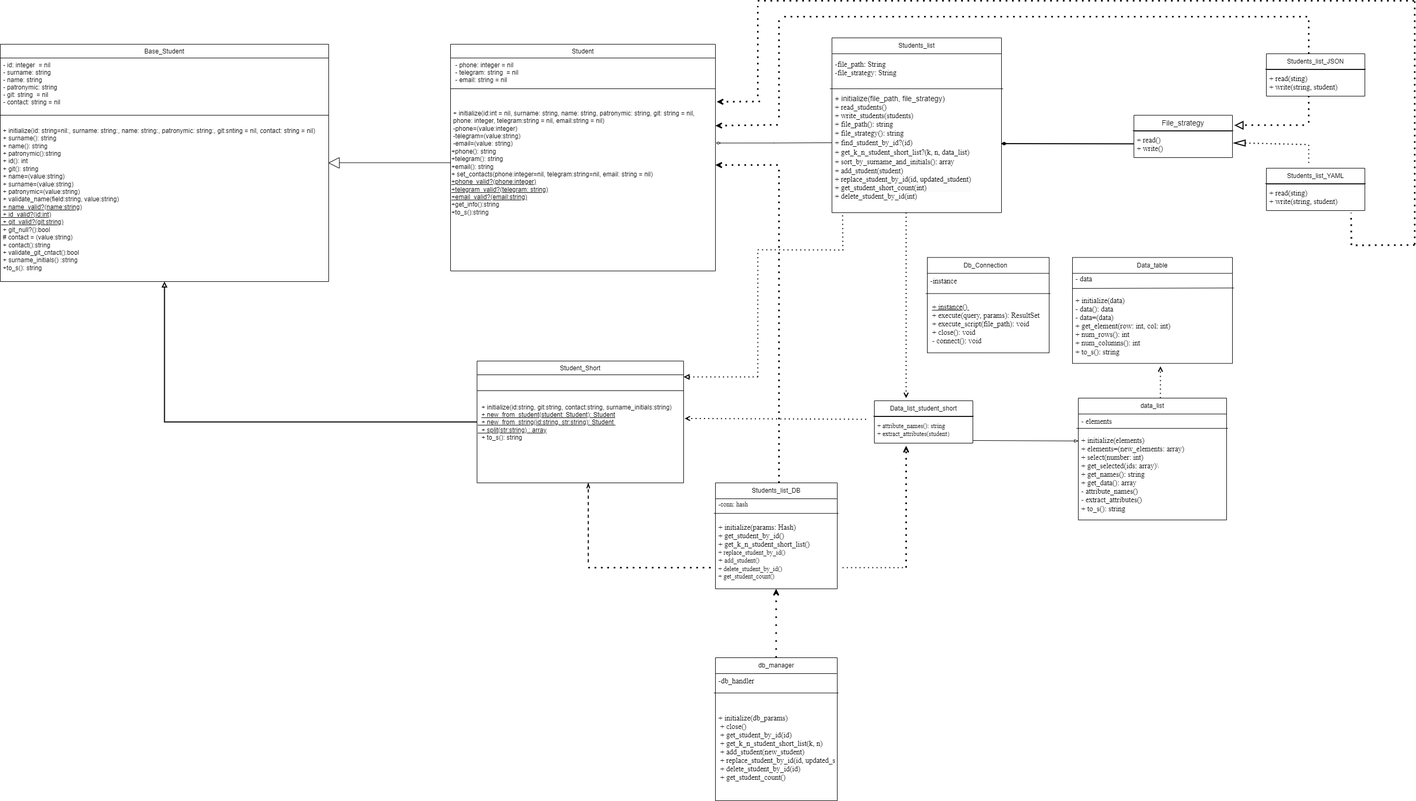
Before: class/Student_lab4.png, a diagram exported from draw.io (ChlnCh0pa/ruby1). Source tidied: cells renumbered, new cells last; positions are measured from the earlier drawing's top-left corner, leaving out a move shared by most shapes.
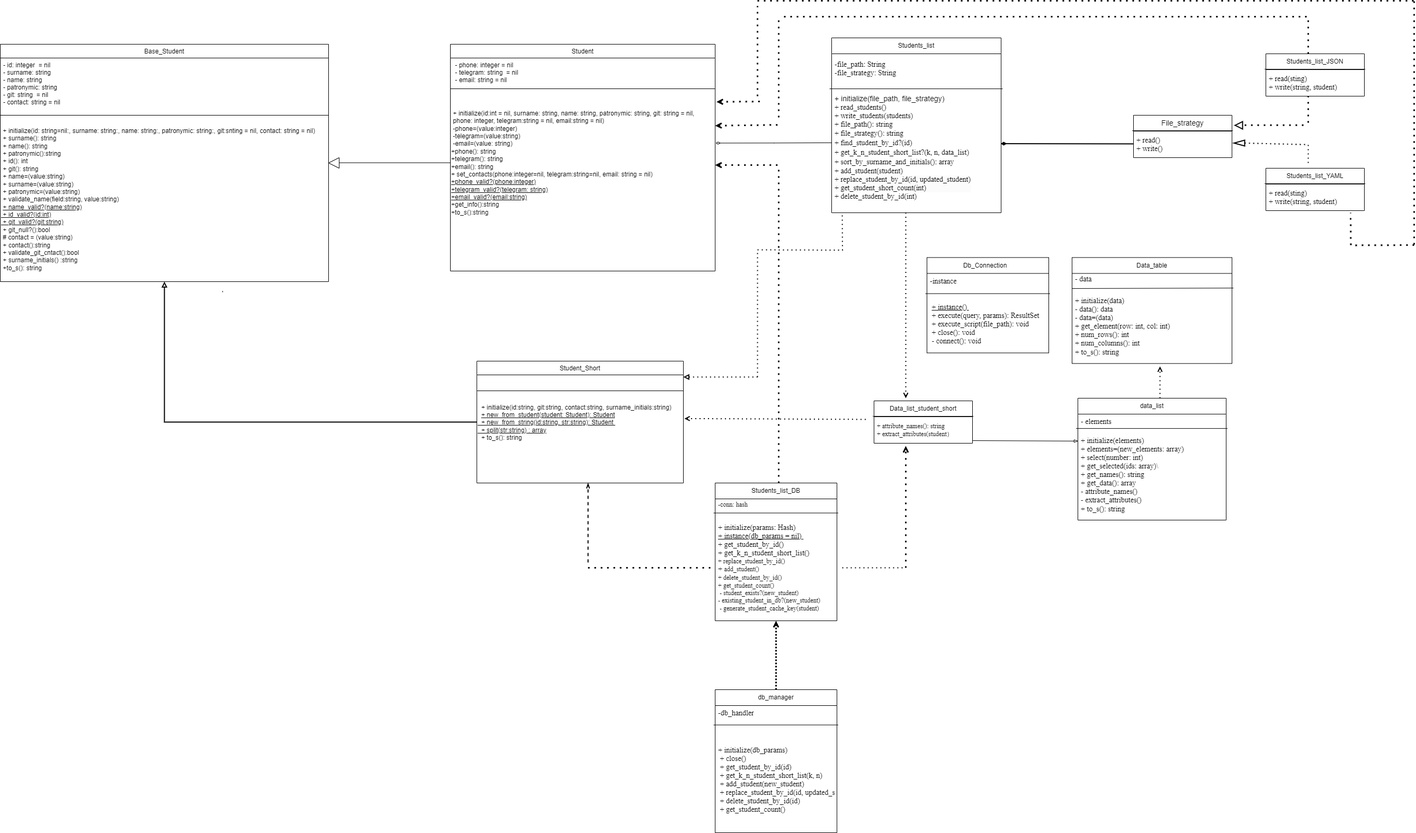
Later version of the same file.

Commit message:
Lab4. Update diagramm

What changed in the source:
```diff
@@ -80,14 +80,8 @@
     <mxCell id="26" style="endArrow=none;html=1;rounded=0;entryX=-0.012;entryY=-0.017;entryDx=0;entryDy=0;entryPerimeter=0;exitX=1.009;exitY=-0.017;exitDx=0;exitDy=0;exitPerimeter=0;" parent="23" edge="1" source="25" target="25">
       <mxGeometry relative="1" as="geometry" />
     </mxCell>
-    <mxCell id="27" style="edgeStyle=orthogonalEdgeStyle;rounded=0;orthogonalLoop=1;jettySize=auto;html=1;endArrow=open;endFill=0;dashed=1;strokeWidth=3;dashPattern=1 4;" parent="1" edge="1">
-      <mxGeometry relative="1" as="geometry">
-        <mxPoint x="1464.6" y="1240" as="sourcePoint" />
-        <mxPoint x="1464.6" y="1110" as="targetPoint" />
-      </mxGeometry>
-    </mxCell>
     <mxCell id="28" value="db_manager" style="swimlane;fontStyle=0;horizontal=1;startSize=30;whiteSpace=wrap;html=1;" parent="1" vertex="1">
-      <mxGeometry x="1350" y="1240" width="230" height="270" as="geometry" />
+      <mxGeometry x="1350" y="1300" width="230" height="270" as="geometry" />
     </mxCell>
     <mxCell id="29" value="&lt;pre style=&quot;margin-top: 0cm; margin-right: 25.5pt; margin-left: 0cm; text-align: justify; line-height: normal; vertical-align: baseline;&quot;&gt;&lt;pre style=&quot;margin: 0cm 25.5pt 0cm 0cm; line-height: normal; background: white; vertical-align: baseline; font-size: 14px;&quot;&gt;&lt;font face=&quot;Times New Roman&quot;&gt;-db_handler&lt;/font&gt;&lt;/pre&gt;&lt;/pre&gt;" style="text;strokeColor=none;fillColor=none;align=left;verticalAlign=middle;spacingLeft=4;spacingRight=4;overflow=hidden;whiteSpace=wrap;html=1;" parent="28" vertex="1">
       <mxGeometry y="30" width="230" height="40" as="geometry" />
@@ -159,13 +153,13 @@
       <mxGeometry relative="1" as="geometry" />
     </mxCell>
     <mxCell id="52" value="Students_list_DB" style="swimlane;fontStyle=0;horizontal=1;startSize=30;whiteSpace=wrap;html=1;" parent="1" vertex="1">
-      <mxGeometry x="1350" y="910" width="230" height="200" as="geometry" />
+      <mxGeometry x="1350" y="910" width="230" height="260" as="geometry" />
     </mxCell>
     <mxCell id="53" value="&lt;pre style=&quot;margin-top: 0cm; margin-right: 25.5pt; margin-left: 0cm; text-align: justify; line-height: normal; vertical-align: baseline;&quot;&gt;&lt;pre style=&quot;margin: 0cm 25.5pt 0cm 0cm; line-height: normal; background: white; vertical-align: baseline;&quot;&gt;&lt;font face=&quot;Times New Roman&quot;&gt;-сonn: hash&lt;/font&gt;&lt;span style=&quot;font-size: 14px;&quot;&gt;&lt;br&gt;&lt;/span&gt;&lt;/pre&gt;&lt;/pre&gt;" style="text;strokeColor=none;fillColor=none;align=left;verticalAlign=middle;spacingLeft=4;spacingRight=4;overflow=hidden;whiteSpace=wrap;html=1;" parent="52" vertex="1">
       <mxGeometry y="30" width="230" height="30" as="geometry" />
     </mxCell>
-    <mxCell id="54" value="&lt;div style=&quot;text-align: justify; font-size: 14px;&quot;&gt;&lt;pre style=&quot;border-color: var(--border-color); margin: 0cm 25.5pt 0cm 0cm; line-height: normal; background: white; vertical-align: baseline;&quot;&gt;&lt;font face=&quot;Times New Roman&quot; style=&quot;border-color: var(--border-color); font-size: 14px;&quot;&gt;+&lt;font style=&quot;font-size: 14px;&quot;&gt; initialize(params: Hash)&lt;/font&gt;&lt;/font&gt;&lt;/pre&gt;&lt;pre style=&quot;border-color: var(--border-color); margin: 0cm 25.5pt 0cm 0cm; line-height: normal; background: white; vertical-align: baseline;&quot;&gt;&lt;font face=&quot;Times New Roman&quot; style=&quot;border-color: var(--border-color); font-size: 14px;&quot;&gt;&lt;font style=&quot;font-size: 14px;&quot;&gt;&lt;pre style=&quot;border-color: var(--border-color); margin: 0cm 25.5pt 0cm 0cm; line-height: normal; background-image: initial; background-position: initial; background-size: initial; background-repeat: initial; background-attachment: initial; background-origin: initial; background-clip: initial; vertical-align: baseline;&quot;&gt;&lt;font style=&quot;border-color: var(--border-color);&quot; face=&quot;sd8AbRPiMUZb4e4DyPh1&quot;&gt;+ get_student_by_id()&lt;/font&gt;&lt;/pre&gt;&lt;pre style=&quot;border-color: var(--border-color); margin: 0cm 25.5pt 0cm 0cm; line-height: normal; background-image: initial; background-position: initial; background-size: initial; background-repeat: initial; background-attachment: initial; background-origin: initial; background-clip: initial; vertical-align: baseline;&quot;&gt;&lt;font style=&quot;border-color: var(--border-color);&quot; face=&quot;sd8AbRPiMUZb4e4DyPh1&quot;&gt;&lt;font style=&quot;border-color: var(--border-color);&quot;&gt;+ &lt;/font&gt;get_k_n_student_short_list()&lt;/font&gt;&lt;/pre&gt;&lt;/font&gt;&lt;/font&gt;&lt;/pre&gt;&lt;/div&gt;&lt;div style=&quot;text-align: justify;&quot;&gt;&lt;font face=&quot;lF6ULn1yz8J9VFr4VgqD&quot;&gt;&lt;font style=&quot;&quot;&gt;+ replace_student_by_id()&lt;/font&gt;&lt;br&gt;&lt;/font&gt;&lt;/div&gt;&lt;div style=&quot;text-align: justify;&quot;&gt;&lt;font style=&quot;font-size: 14px; font-family: QZr4WyLOkKTv8SdLRVV9; background-color: initial;&quot;&gt;+&amp;nbsp;&lt;/font&gt;&lt;span style=&quot;background-color: initial;&quot;&gt;&lt;font face=&quot;QZr4WyLOkKTv8SdLRVV9&quot;&gt;add_student()&lt;/font&gt;&lt;/span&gt;&lt;br&gt;&lt;/div&gt;&lt;div style=&quot;text-align: justify;&quot;&gt;&lt;span style=&quot;background-color: initial;&quot;&gt;&lt;font style=&quot;&quot; face=&quot;QZr4WyLOkKTv8SdLRVV9&quot;&gt;&lt;font style=&quot;&quot;&gt;+ delete_student_by_id()&lt;/font&gt;&lt;br&gt;&lt;/font&gt;&lt;/span&gt;&lt;/div&gt;&lt;div style=&quot;text-align: justify;&quot;&gt;&lt;font face=&quot;QZr4WyLOkKTv8SdLRVV9&quot; style=&quot;&quot;&gt;+ get_student_count()&lt;/font&gt;&lt;/div&gt;" style="text;strokeColor=none;fillColor=none;align=left;verticalAlign=middle;spacingLeft=4;spacingRight=4;overflow=hidden;points=[[0,0.5],[1,0.5]];portConstraint=eastwest;whiteSpace=wrap;html=1;" parent="52" vertex="1">
-      <mxGeometry y="60" width="230" height="140" as="geometry" />
+    <mxCell id="54" value="&lt;div style=&quot;text-align: justify;&quot;&gt;&lt;pre style=&quot;font-size: 14px; border-color: var(--border-color); margin: 0cm 25.5pt 0cm 0cm; line-height: normal; background: white; vertical-align: baseline;&quot;&gt;&lt;font face=&quot;Times New Roman&quot; style=&quot;border-color: var(--border-color); font-size: 14px;&quot;&gt;+&lt;font style=&quot;font-size: 14px;&quot;&gt; initialize(params: Hash)&lt;/font&gt;&lt;/font&gt;&lt;/pre&gt;&lt;pre style=&quot;border-color: var(--border-color); margin: 0cm 25.5pt 0cm 0cm; line-height: normal; background: white; vertical-align: baseline;&quot;&gt;&lt;font face=&quot;Times New Roman&quot; style=&quot;border-color: var(--border-color);&quot;&gt;&lt;font style=&quot;&quot;&gt;&lt;span style=&quot;font-size: 14px;&quot;&gt;&lt;u&gt;+ instance(db_params = nil) &lt;br&gt;&lt;/u&gt;&lt;/span&gt;&lt;/font&gt;&lt;/font&gt;&lt;/pre&gt;&lt;pre style=&quot;font-size: 14px; border-color: var(--border-color); margin: 0cm 25.5pt 0cm 0cm; line-height: normal; background: white; vertical-align: baseline;&quot;&gt;&lt;font face=&quot;Times New Roman&quot; style=&quot;border-color: var(--border-color); font-size: 14px;&quot;&gt;&lt;font style=&quot;font-size: 14px;&quot;&gt;&lt;pre style=&quot;border-color: var(--border-color); margin: 0cm 25.5pt 0cm 0cm; line-height: normal; background-image: initial; background-position: initial; background-size: initial; background-repeat: initial; background-attachment: initial; background-origin: initial; background-clip: initial; vertical-align: baseline;&quot;&gt;&lt;font style=&quot;border-color: var(--border-color);&quot; face=&quot;sd8AbRPiMUZb4e4DyPh1&quot;&gt;+ get_student_by_id()&lt;/font&gt;&lt;/pre&gt;&lt;pre style=&quot;border-color: var(--border-color); margin: 0cm 25.5pt 0cm 0cm; line-height: normal; background-image: initial; background-position: initial; background-size: initial; background-repeat: initial; background-attachment: initial; background-origin: initial; background-clip: initial; vertical-align: baseline;&quot;&gt;&lt;font style=&quot;border-color: var(--border-color);&quot; face=&quot;sd8AbRPiMUZb4e4DyPh1&quot;&gt;&lt;font style=&quot;border-color: var(--border-color);&quot;&gt;+ &lt;/font&gt;get_k_n_student_short_list()&lt;/font&gt;&lt;/pre&gt;&lt;/font&gt;&lt;/font&gt;&lt;/pre&gt;&lt;/div&gt;&lt;div style=&quot;text-align: justify;&quot;&gt;&lt;font face=&quot;lF6ULn1yz8J9VFr4VgqD&quot;&gt;&lt;font style=&quot;&quot;&gt;+ replace_student_by_id()&lt;/font&gt;&lt;br&gt;&lt;/font&gt;&lt;/div&gt;&lt;div style=&quot;text-align: justify;&quot;&gt;&lt;font style=&quot;font-size: 14px; font-family: QZr4WyLOkKTv8SdLRVV9; background-color: initial;&quot;&gt;+&amp;nbsp;&lt;/font&gt;&lt;span style=&quot;background-color: initial;&quot;&gt;&lt;font face=&quot;QZr4WyLOkKTv8SdLRVV9&quot;&gt;add_student()&lt;/font&gt;&lt;/span&gt;&lt;br&gt;&lt;/div&gt;&lt;div style=&quot;text-align: justify;&quot;&gt;&lt;span style=&quot;background-color: initial;&quot;&gt;&lt;font style=&quot;&quot; face=&quot;QZr4WyLOkKTv8SdLRVV9&quot;&gt;&lt;font style=&quot;&quot;&gt;+ delete_student_by_id()&lt;/font&gt;&lt;br&gt;&lt;/font&gt;&lt;/span&gt;&lt;/div&gt;&lt;div style=&quot;text-align: justify;&quot;&gt;&lt;font face=&quot;QZr4WyLOkKTv8SdLRVV9&quot; style=&quot;&quot;&gt;+ get_student_count()&lt;/font&gt;&lt;/div&gt;&lt;div style=&quot;text-align: justify;&quot;&gt;&lt;font face=&quot;QZr4WyLOkKTv8SdLRVV9&quot; style=&quot;&quot;&gt;&lt;div&gt;&amp;nbsp;- student_exists?(new_student)&amp;nbsp;&lt;/div&gt;&lt;div&gt;- existing_student_in_db?(new_student)&amp;nbsp;&lt;/div&gt;&lt;div&gt;&amp;nbsp;- generate_student_cache_key(student)&amp;nbsp;&lt;/div&gt;&lt;/font&gt;&lt;/div&gt;" style="text;strokeColor=none;fillColor=none;align=left;verticalAlign=middle;spacingLeft=4;spacingRight=4;overflow=hidden;points=[[0,0.5],[1,0.5]];portConstraint=eastwest;whiteSpace=wrap;html=1;" parent="52" vertex="1">
+      <mxGeometry y="60" width="230" height="200" as="geometry" />
     </mxCell>
     <mxCell id="55" style="endArrow=none;html=1;rounded=0;entryX=-0.012;entryY=-0.017;entryDx=0;entryDy=0;entryPerimeter=0;exitX=1.009;exitY=-0.017;exitDx=0;exitDy=0;exitPerimeter=0;" parent="52" edge="1" source="54" target="54">
       <mxGeometry relative="1" as="geometry" />
@@ -346,5 +340,8 @@
         <mxPoint x="2190" y="750" as="sourcePoint" />
       </mxGeometry>
     </mxCell>
+    <mxCell id="88" style="edgeStyle=orthogonalEdgeStyle;rounded=0;jettySize=auto;html=1;entryX=0.5;entryY=1;entryDx=0;entryDy=0;entryPerimeter=0;dashed=1;endArrow=open;endFill=0;strokeWidth=3;dashPattern=1 1;" parent="1" edge="1" source="28" target="54">
+      <mxGeometry relative="1" as="geometry" />
+    </mxCell>
   </root>
 </mxGraphModel>
```
